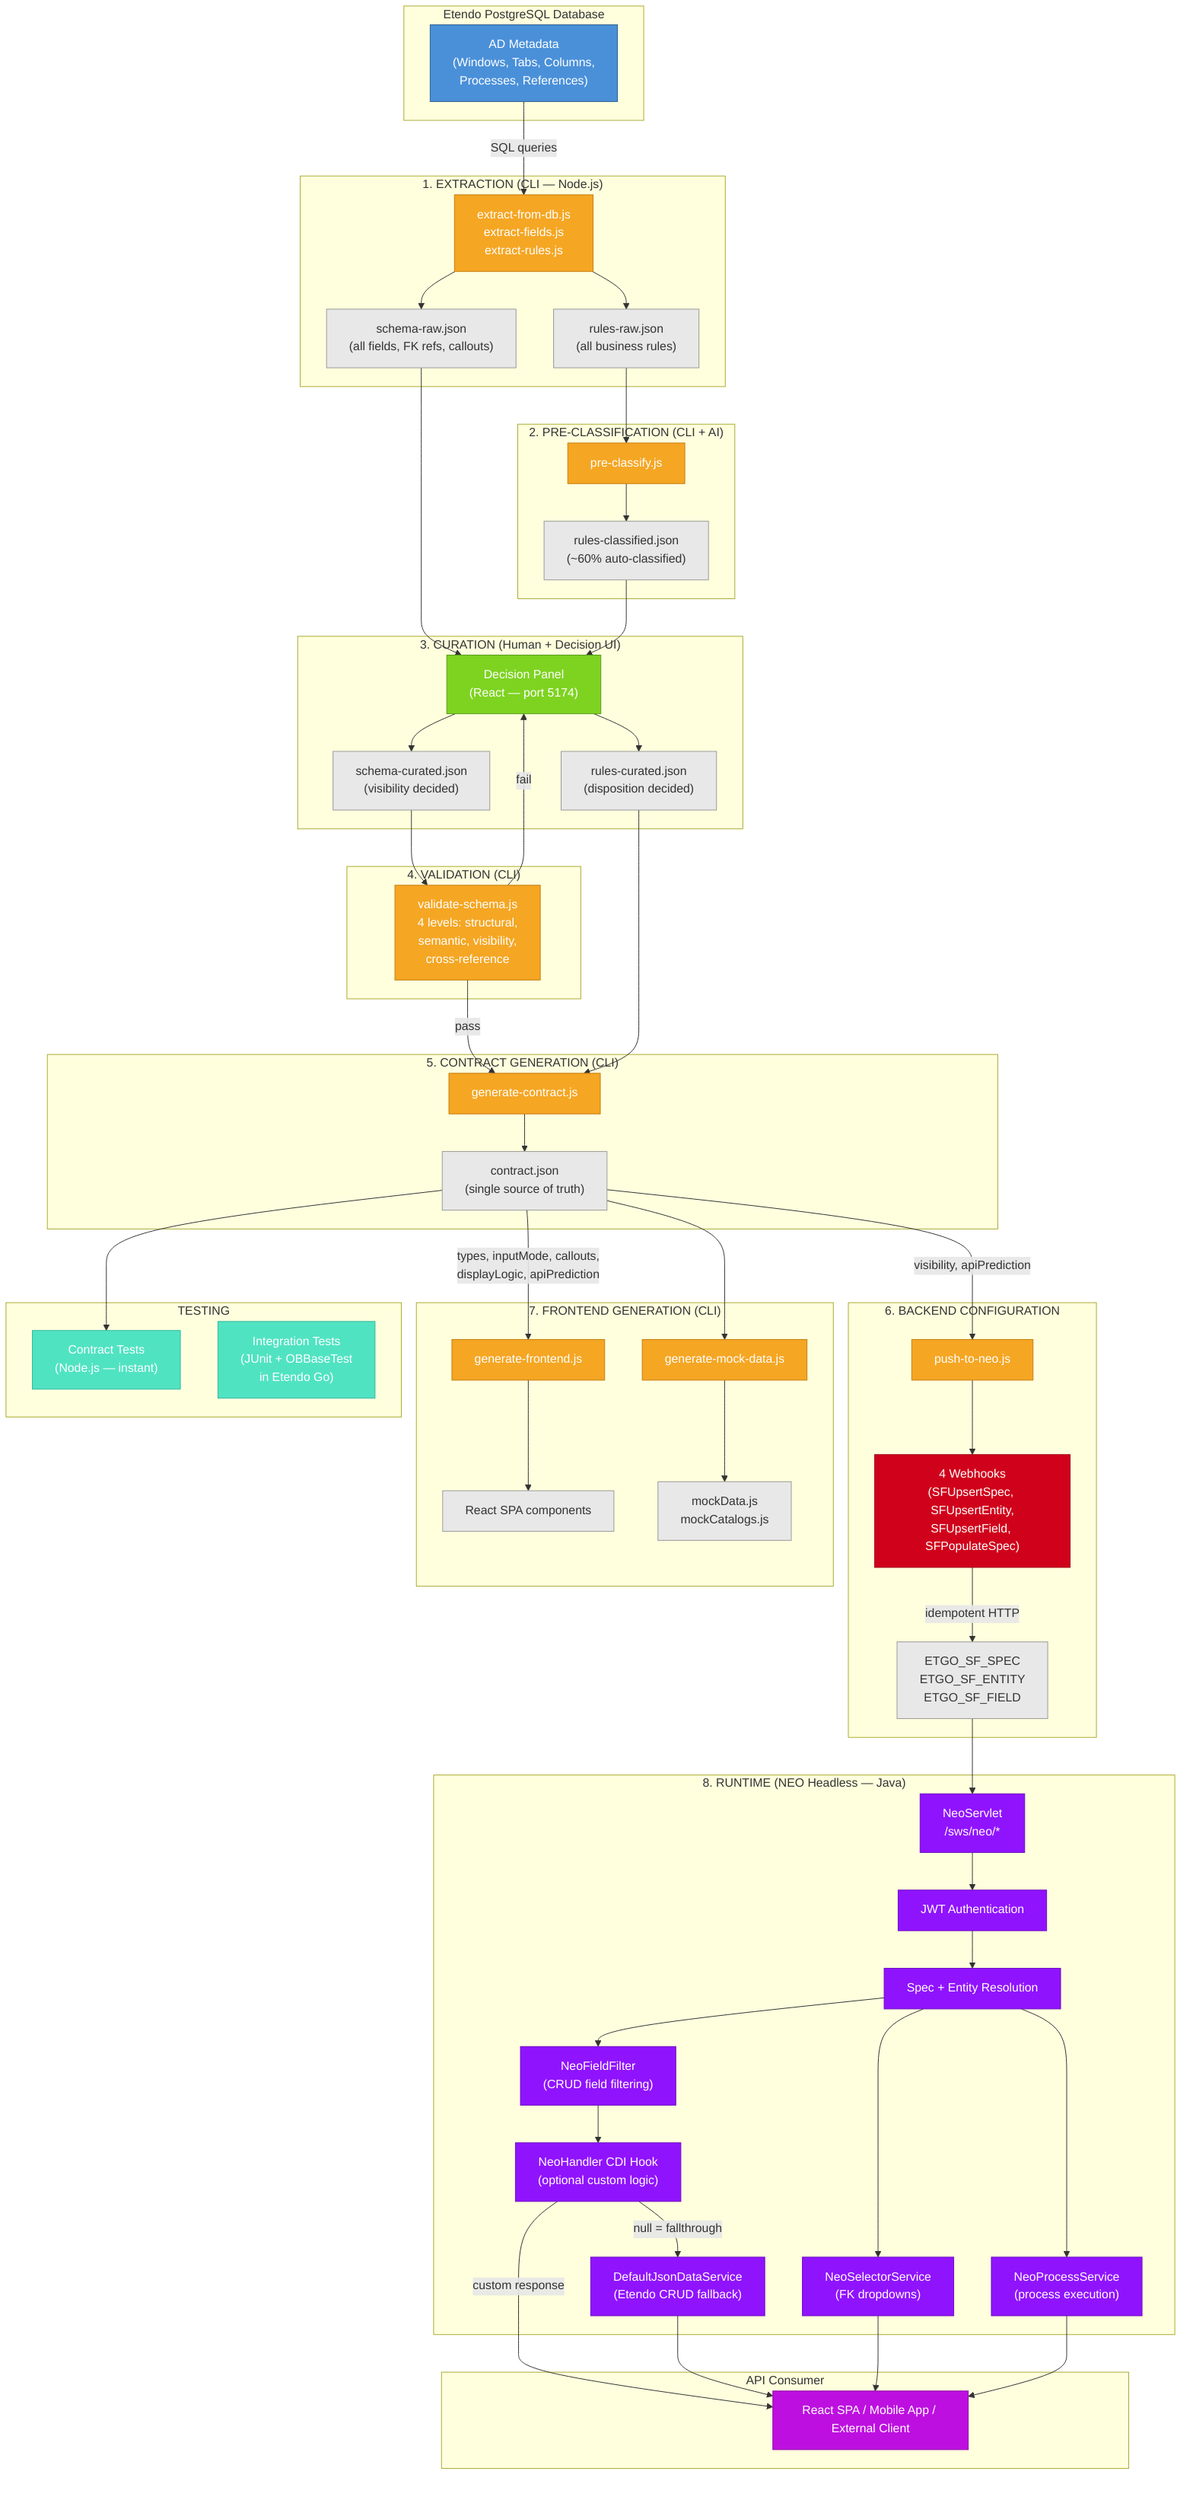
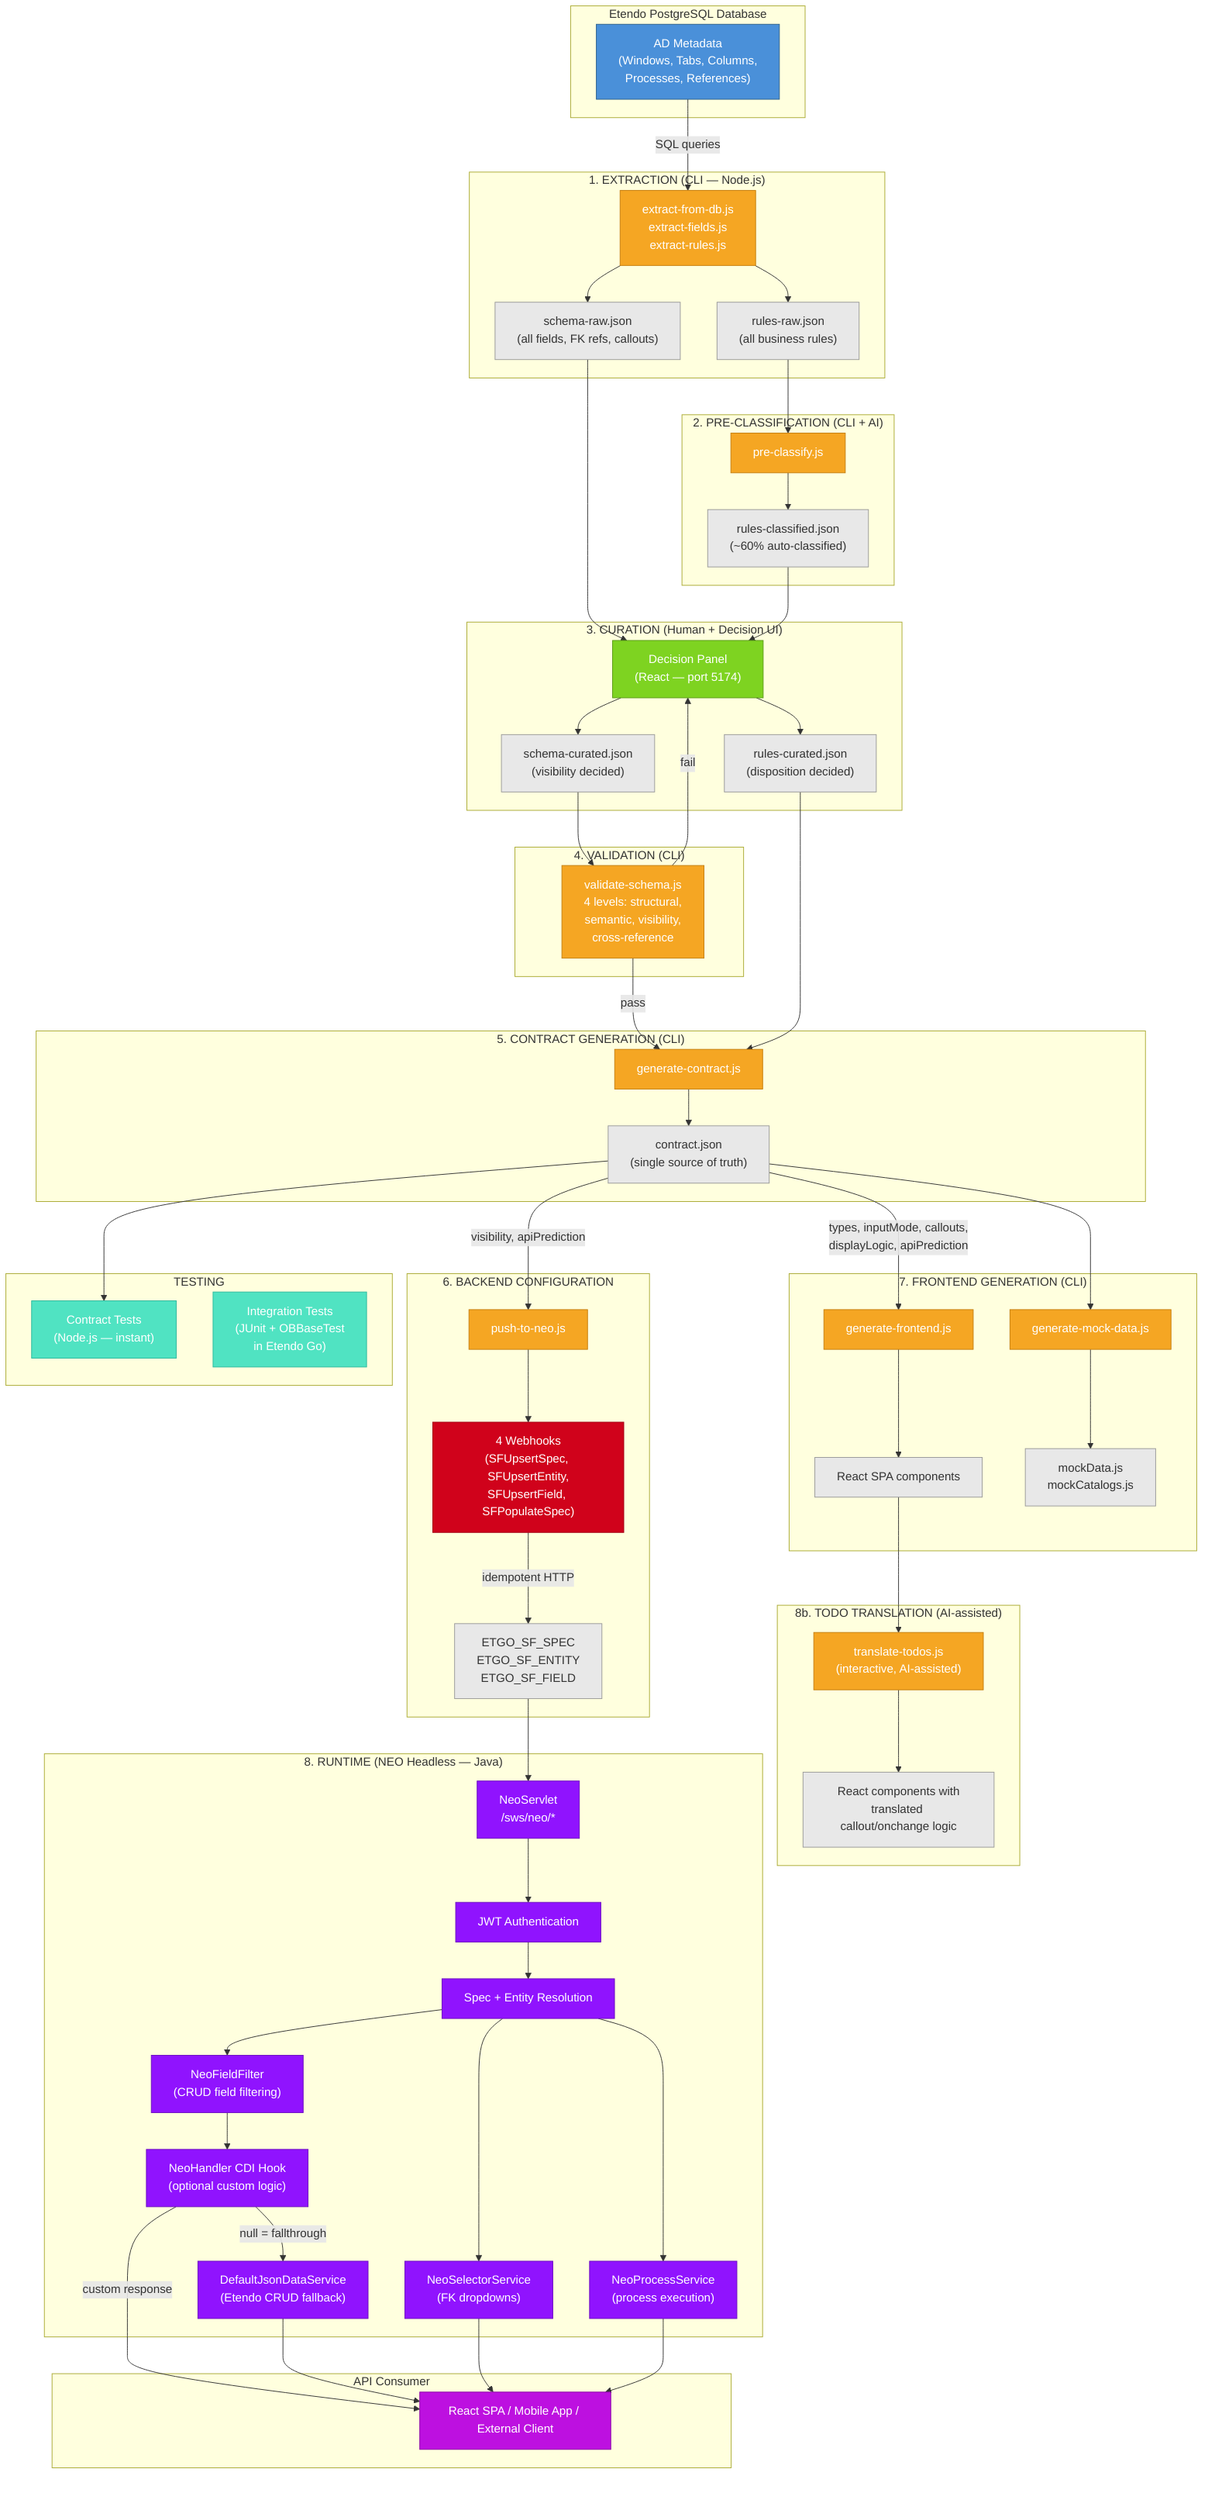
flowchart TD
    subgraph EtendoDB["Etendo PostgreSQL Database"]
        AD["AD Metadata\n(Windows, Tabs, Columns,\nProcesses, References)"]
    end

    subgraph Extraction["1. EXTRACTION (CLI — Node.js)"]
        EXT["extract-from-db.js\nextract-fields.js\nextract-rules.js"]
        RAW_S["schema-raw.json\n(all fields, FK refs, callouts)"]
        RAW_R["rules-raw.json\n(all business rules)"]
    end

    subgraph PreClassify["2. PRE-CLASSIFICATION (CLI + AI)"]
        PC["pre-classify.js"]
        CLASS_R["rules-classified.json\n(~60% auto-classified)"]
    end

    subgraph Curation["3. CURATION (Human + Decision UI)"]
        DP["Decision Panel\n(React — port 5174)"]
        CUR_S["schema-curated.json\n(visibility decided)"]
        CUR_R["rules-curated.json\n(disposition decided)"]
    end

    subgraph Validation["4. VALIDATION (CLI)"]
        VAL["validate-schema.js\n4 levels: structural,\nsemantic, visibility,\ncross-reference"]
    end

    subgraph ContractGen["5. CONTRACT GENERATION (CLI)"]
        GC["generate-contract.js"]
        CONTRACT["contract.json\n(single source of truth)"]
    end

    subgraph BackendConfig["6. BACKEND CONFIGURATION"]
        PTN["push-to-neo.js"]
        WH["4 Webhooks\n(SFUpsertSpec, SFUpsertEntity,\nSFUpsertField, SFPopulateSpec)"]
        TABLES["ETGO_SF_SPEC\nETGO_SF_ENTITY\nETGO_SF_FIELD"]
    end

    subgraph FrontendGen["7. FRONTEND GENERATION (CLI)"]
        GF["generate-frontend.js"]
        GM["generate-mock-data.js"]
        REACT["React SPA components"]
        MOCK["mockData.js\nmockCatalogs.js"]
+     end
+ 
+     subgraph TodoTranslation["8b. TODO TRANSLATION (AI-assisted)"]
+         TT["translate-todos.js\n(interactive, AI-assisted)"]
+         TT_OUT["React components with\ntranslated callout/onchange logic"]
    end

    subgraph Runtime["8. RUNTIME (NEO Headless — Java)"]
        NEO["NeoServlet\n/sws/neo/*"]
        AUTH["JWT Authentication"]
        RESOLVE["Spec + Entity Resolution"]
        FILTER["NeoFieldFilter\n(CRUD field filtering)"]
        HANDLER["NeoHandler CDI Hook\n(optional custom logic)"]
        DS["DefaultJsonDataService\n(Etendo CRUD fallback)"]
        SEL["NeoSelectorService\n(FK dropdowns)"]
        PROC["NeoProcessService\n(process execution)"]
    end

    subgraph Testing["TESTING"]
        CT["Contract Tests\n(Node.js — instant)"]
        IT["Integration Tests\n(JUnit + OBBaseTest\nin Etendo Go)"]
    end

    subgraph Client["API Consumer"]
        APP["React SPA / Mobile App / External Client"]
    end

    %% Extraction
    AD -->|SQL queries| EXT
    EXT --> RAW_S
    EXT --> RAW_R

    %% Pre-classification
    RAW_R --> PC
    PC --> CLASS_R

    %% Curation
    RAW_S --> DP
    CLASS_R --> DP
    DP --> CUR_S
    DP --> CUR_R

    %% Validation
    CUR_S --> VAL
    VAL -->|fail| DP
    VAL -->|pass| GC

    %% Contract generation (single source of truth)
    CUR_R --> GC
    GC --> CONTRACT

    %% Backend: contract → push-to-neo → webhooks → NEO Headless
    CONTRACT -->|"visibility, apiPrediction"| PTN
    PTN --> WH
    WH -->|idempotent HTTP| TABLES

    %% Frontend: contract → React SPA + mock data
    CONTRACT -->|"types, inputMode, callouts,\ndisplayLogic, apiPrediction"| GF
    CONTRACT --> GM
    GF --> REACT
    GM --> MOCK

    %% Runtime
    TABLES --> NEO
    NEO --> AUTH
    AUTH --> RESOLVE
    RESOLVE --> FILTER
    FILTER --> HANDLER
    HANDLER -->|custom response| APP
    HANDLER -->|null = fallthrough| DS
    DS --> APP
    RESOLVE --> SEL
    RESOLVE --> PROC
    SEL --> APP
    PROC --> APP

+     %% TODO Translation (between frontend generation and testing)
+     REACT --> TT
+     TT --> TT_OUT
+ 
    %% Testing
    CONTRACT --> CT

    %% Styling
    classDef db fill:#4a90d9,stroke:#2c5f8a,color:white
    classDef cli fill:#f5a623,stroke:#c47d0e,color:white
    classDef human fill:#7ed321,stroke:#5a9a18,color:white
    classDef webhook fill:#d0021b,stroke:#a00216,color:white
    classDef runtime fill:#9013fe,stroke:#6b0ebf,color:white
    classDef artifact fill:#e8e8e8,stroke:#999,color:#333
    classDef test fill:#50e3c2,stroke:#2db89e,color:white
    classDef client fill:#bd10e0,stroke:#8a0ca5,color:white

    class AD db
    class EXT,PC,VAL cli
    class DP human
    class WH webhook
    class NEO,AUTH,RESOLVE,FILTER,HANDLER,DS,SEL,PROC runtime
    class RAW_S,RAW_R,CLASS_R,CUR_S,CUR_R,TABLES,CONTRACT,REACT,MOCK artifact
    class CT,IT test
    class APP client
-     class GC,PTN,GF,GM cli
+     class GC,PTN,GF,GM,TT cli
+     class TT_OUT artifact
